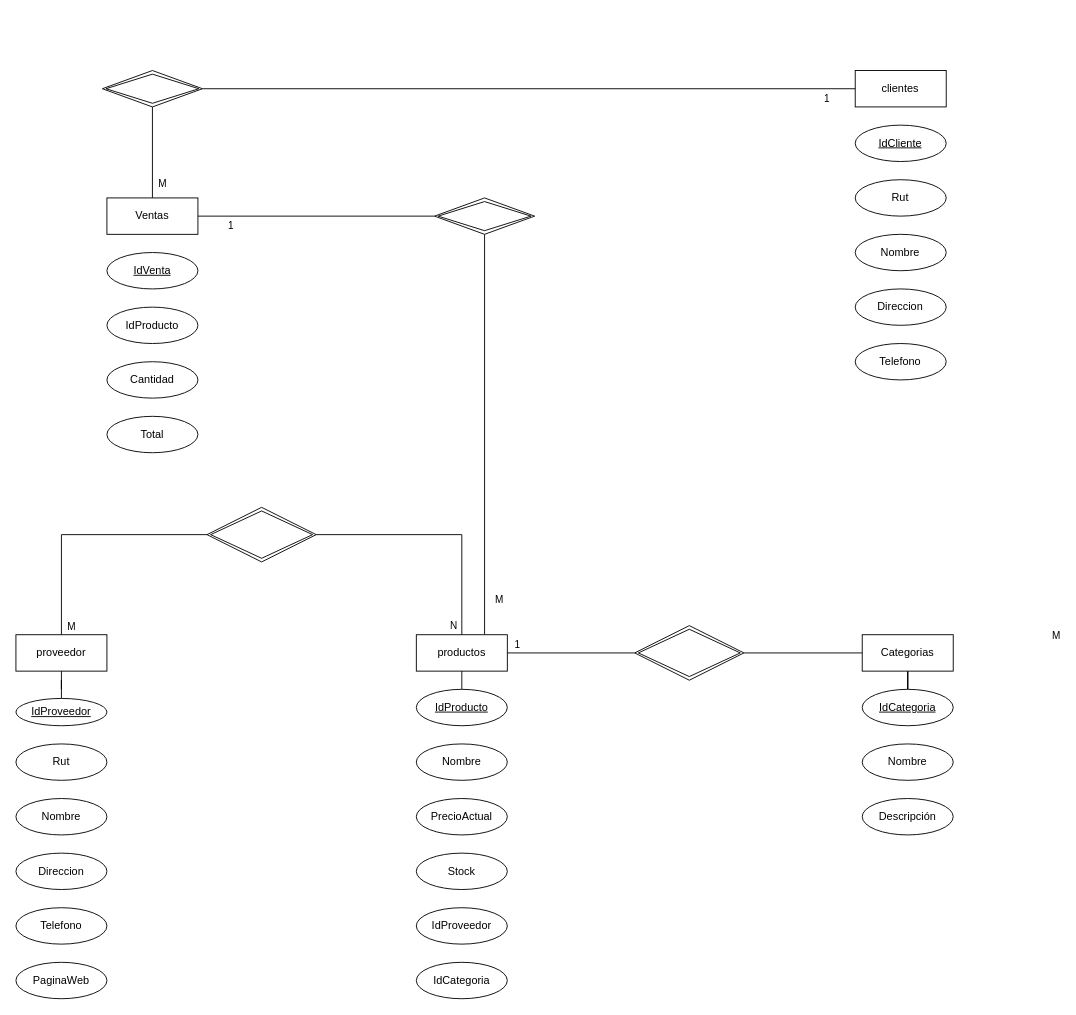
CiscoFsociety23/diagramas keeps this draw.io diagram as page "Diagrama ER" (1 of 2) of Marco_Figueroa.drawio. Above is the earlier version. Source tidied: cells renumbered, new cells numbered last; positions are measured from the earlier drawing's top-left corner, leaving out a move shared by most shapes. Both pictures are drawn from the tidied source at 91%, with x=0, y=0 at pixel (15, 70).
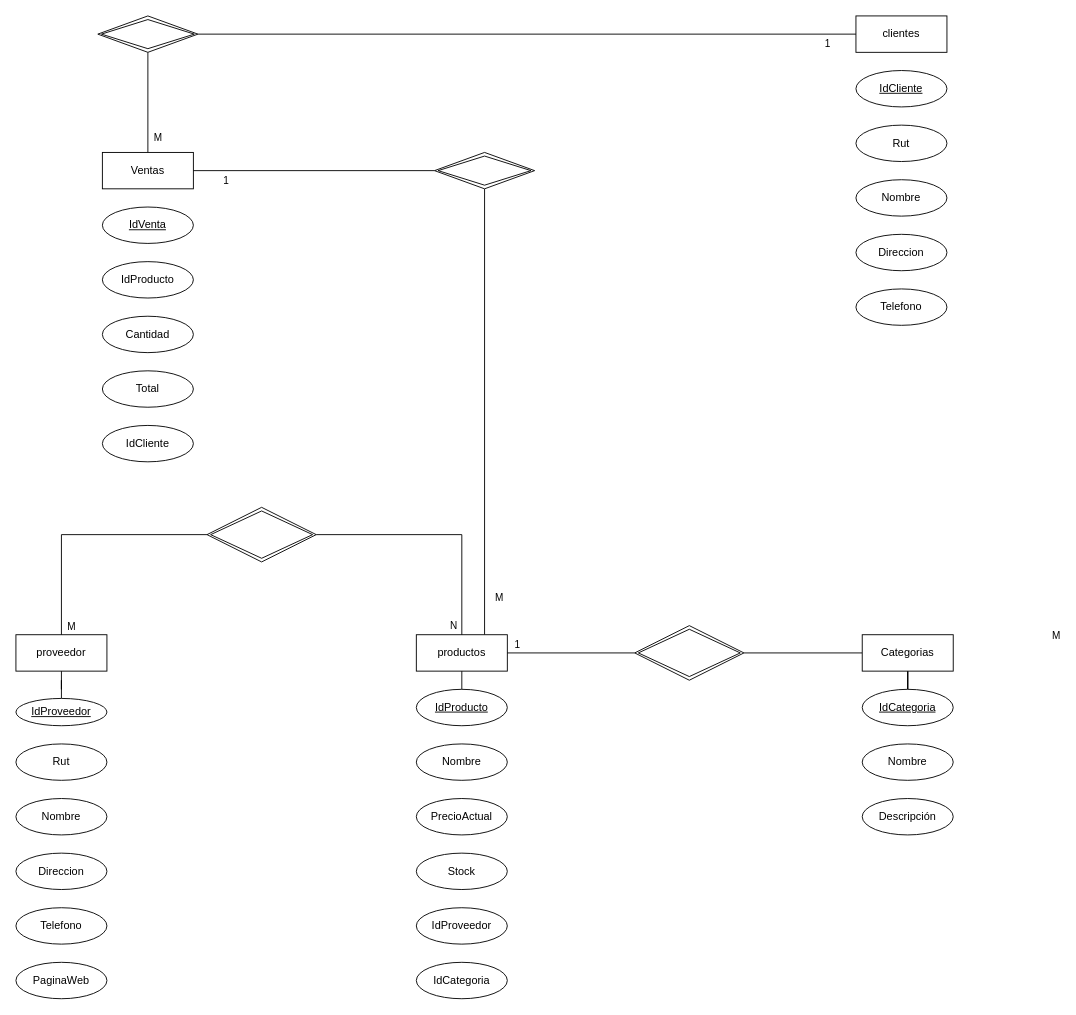
The same page after the edit.

Diff of the diagram source:
```diff
@@
     <mxCell id="3" value="&lt;div&gt;clientes&lt;/div&gt;" style="whiteSpace=wrap;html=1;align=center;" parent="1" vertex="1">
-      <mxGeometry x="922.3" width="100" height="40" as="geometry" />
+      <mxGeometry x="923.1" y="-60" width="100" height="40" as="geometry" />
     </mxCell>
@@
     <mxCell id="17" value="Nombre" style="ellipse;whiteSpace=wrap;html=1;align=center;" parent="1" vertex="1">
-      <mxGeometry x="922.3" y="180" width="100" height="40" as="geometry" />
+      <mxGeometry x="923.1" y="120" width="100" height="40" as="geometry" />
     </mxCell>
     <mxCell id="18" value="Direccion" style="ellipse;whiteSpace=wrap;html=1;align=center;" parent="1" vertex="1">
-      <mxGeometry x="922.3" y="240" width="100" height="40" as="geometry" />
+      <mxGeometry x="923.1" y="180" width="100" height="40" as="geometry" />
     </mxCell>
     <mxCell id="19" value="Telefono" style="ellipse;whiteSpace=wrap;html=1;align=center;" parent="1" vertex="1">
-      <mxGeometry x="922.3" y="300" width="100" height="40" as="geometry" />
+      <mxGeometry x="923.1" y="240" width="100" height="40" as="geometry" />
     </mxCell>
@@
     <mxCell id="23" value="IdCliente" style="ellipse;whiteSpace=wrap;html=1;align=center;fontStyle=4;" parent="1" vertex="1">
-      <mxGeometry x="922.3" y="60" width="100" height="40" as="geometry" />
+      <mxGeometry x="923.1" width="100" height="40" as="geometry" />
     </mxCell>
     <mxCell id="24" value="Rut" style="ellipse;whiteSpace=wrap;html=1;align=center;" parent="1" vertex="1">
-      <mxGeometry x="922.3" y="120" width="100" height="40" as="geometry" />
+      <mxGeometry x="923.1" y="60" width="100" height="40" as="geometry" />
     </mxCell>
@@
     <mxCell id="34" value="Ventas" style="whiteSpace=wrap;html=1;align=center;" parent="1" vertex="1">
-      <mxGeometry x="100" y="140" width="100" height="40" as="geometry" />
+      <mxGeometry x="95" y="90" width="100" height="40" as="geometry" />
     </mxCell>
     <mxCell id="35" value="IdVenta" style="ellipse;whiteSpace=wrap;html=1;align=center;fontStyle=4;" parent="1" vertex="1">
-      <mxGeometry x="100" y="200" width="100" height="40" as="geometry" />
+      <mxGeometry x="95" y="150" width="100" height="40" as="geometry" />
     </mxCell>
@@
     <mxCell id="37" value="Cantidad" style="ellipse;whiteSpace=wrap;html=1;align=center;" parent="1" vertex="1">
-      <mxGeometry x="100" y="320" width="100" height="40" as="geometry" />
+      <mxGeometry x="95" y="270" width="100" height="40" as="geometry" />
     </mxCell>
     <mxCell id="38" value="Total" style="ellipse;whiteSpace=wrap;html=1;align=center;" parent="1" vertex="1">
-      <mxGeometry x="100" y="380" width="100" height="40" as="geometry" />
+      <mxGeometry x="95" y="330" width="100" height="40" as="geometry" />
     </mxCell>
     <mxCell id="39" value="IdProducto" style="ellipse;whiteSpace=wrap;html=1;align=center;" parent="1" vertex="1">
-      <mxGeometry x="100" y="260" width="100" height="40" as="geometry" />
+      <mxGeometry x="95" y="210" width="100" height="40" as="geometry" />
     </mxCell>
@@
     <mxCell id="50" style="shape=rhombus;double=1;perimeter=rhombusPerimeter;whiteSpace=wrap;html=1;align=center;" parent="1" vertex="1">
-      <mxGeometry x="460" y="140" width="110" height="40" as="geometry" />
+      <mxGeometry x="460" y="90" width="110" height="40" as="geometry" />
     </mxCell>
@@
     <mxCell id="53" style="shape=rhombus;double=1;perimeter=rhombusPerimeter;whiteSpace=wrap;html=1;align=center;" parent="1" vertex="1">
-      <mxGeometry x="95" width="110" height="40" as="geometry" />
+      <mxGeometry x="90" y="-60" width="110" height="40" as="geometry" />
     </mxCell>
+    <mxCell id="54" value="IdCliente" style="ellipse;whiteSpace=wrap;html=1;align=center;" parent="1" vertex="1">
+      <mxGeometry x="95" y="390" width="100" height="40" as="geometry" />
+    </mxCell>
```
